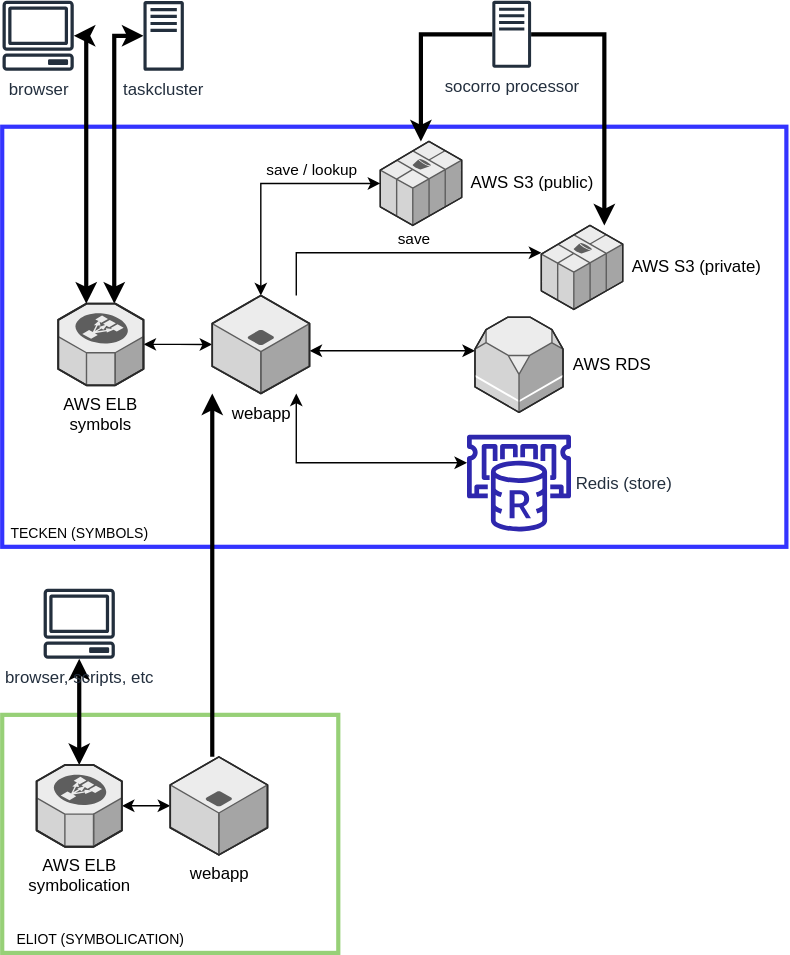
This is docs/drawio/tecken_architecture.drawio.svg from mozilla-services/tecken, a draw.io export, as it was before one commit. Source tidied: cells renumbered, new cells last; positions are measured from the earlier drawing's top-left corner, leaving out a move shared by most shapes.
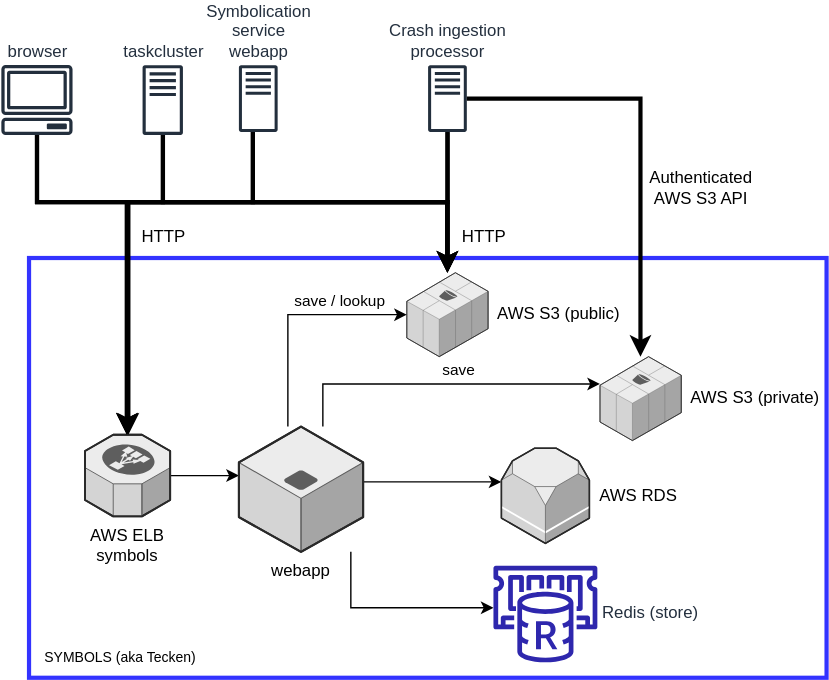
Above is the later version.

What changed in the source:
```diff
@@ -2,78 +2,81 @@
   <root>
     <mxCell id="0" />
     <mxCell id="1" parent="0" />
-    <mxCell id="2" style="rounded=0;whiteSpace=wrap;html=1;strokeColor=#97D077;strokeWidth=3;" parent="1" vertex="1">
-      <mxGeometry y="510" width="240" height="170" as="geometry" />
-    </mxCell>
-    <mxCell id="3" style="rounded=0;whiteSpace=wrap;html=1;strokeColor=#3333FF;strokeWidth=3;" parent="1" vertex="1">
-      <mxGeometry y="90" width="560" height="300" as="geometry" />
-    </mxCell>
+    <mxCell id="32" style="rounded=0;whiteSpace=wrap;html=1;strokeColor=#3333FF;strokeWidth=3;" parent="1" vertex="1">
+      <mxGeometry y="90" width="570" height="300" as="geometry" />
+    </mxCell>
-    <mxCell id="4" value="browser" style="sketch=0;outlineConnect=0;fontColor=#232F3E;gradientColor=none;fillColor=#232F3D;strokeColor=none;dashed=0;verticalLabelPosition=bottom;verticalAlign=top;align=center;html=1;fontSize=12;fontStyle=0;shape=mxgraph.aws4.client;" parent="1" vertex="1">
-      <mxGeometry y="0.1" width="51.3" height="50" as="geometry" />
+    <mxCell id="4" value="browser" style="sketch=0;outlineConnect=0;fontColor=#232F3E;gradientColor=none;fillColor=#232F3D;strokeColor=none;dashed=0;verticalLabelPosition=top;verticalAlign=bottom;align=center;html=1;fontSize=12;fontStyle=0;shape=mxgraph.aws4.client;horizontal=1;labelPosition=center;" parent="1" vertex="1">
+      <mxGeometry x="-20" y="-47.9" width="51.3" height="50" as="geometry" />
     </mxCell>
-    <mxCell id="5" style="edgeStyle=orthogonalEdgeStyle;rounded=0;jettySize=auto;html=1;fontSize=10;startArrow=classic;startFill=1;strokeWidth=3;" parent="1" edge="1" source="6" target="8">
+    <mxCell id="5" style="edgeStyle=orthogonalEdgeStyle;rounded=0;jettySize=auto;html=1;fontSize=10;startArrow=none;startFill=0;strokeWidth=3;endArrow=classic;endFill=1;" parent="1" edge="1" source="6" target="8">
       <mxGeometry relative="1" as="geometry">
         <Array as="points">
-          <mxPoint x="80" y="25" />
+          <mxPoint x="96" y="50.1" />
+          <mxPoint x="70" y="50.1" />
         </Array>
       </mxGeometry>
     </mxCell>
-    <mxCell id="6" value="taskcluster" style="sketch=0;outlineConnect=0;fontColor=#232F3E;gradientColor=none;fillColor=#232F3D;strokeColor=none;dashed=0;verticalLabelPosition=bottom;verticalAlign=top;align=center;html=1;fontSize=12;fontStyle=0;shape=mxgraph.aws4.traditional_server;" parent="1" vertex="1">
-      <mxGeometry x="100.9" y="0.1" width="28.9" height="50" as="geometry" />
+    <mxCell id="6" value="taskcluster" style="sketch=0;outlineConnect=0;fontColor=#232F3E;gradientColor=none;fillColor=#232F3D;strokeColor=none;dashed=0;verticalLabelPosition=top;verticalAlign=bottom;align=center;html=1;fontSize=12;fontStyle=0;shape=mxgraph.aws4.traditional_server;horizontal=1;labelPosition=center;" parent="1" vertex="1">
+      <mxGeometry x="81.2" y="-47.9" width="28.9" height="50" as="geometry" />
     </mxCell>
-    <mxCell id="7" style="edgeStyle=orthogonalEdgeStyle;rounded=0;jettySize=auto;html=1;startArrow=classic;startFill=1;" parent="1" edge="1" source="8" target="16">
-      <mxGeometry relative="1" as="geometry" />
-    </mxCell>
+    <mxCell id="33" style="edgeStyle=orthogonalEdgeStyle;rounded=0;jettySize=auto;html=1;startArrow=none;startFill=0;" parent="1" edge="1" source="8" target="38">
+      <mxGeometry relative="1" as="geometry">
+        <Array as="points">
+          <mxPoint x="140" y="245.1" />
+          <mxPoint x="140" y="245.1" />
+        </Array>
+      </mxGeometry>
+    </mxCell>
     <mxCell id="8" value="AWS ELB&lt;br&gt;symbols" style="verticalLabelPosition=bottom;html=1;verticalAlign=top;strokeWidth=1;align=center;outlineConnect=0;dashed=0;outlineConnect=0;shape=mxgraph.aws3d.elasticLoadBalancing;fillColor=#ECECEC;strokeColor=#5E5E5E;" parent="1" vertex="1">
       <mxGeometry x="40" y="216.3" width="60.9" height="58.3" as="geometry" />
     </mxCell>
     <mxCell id="9" value="AWS S3 (public)" style="verticalLabelPosition=middle;html=1;verticalAlign=middle;strokeWidth=1;align=left;outlineConnect=0;dashed=0;outlineConnect=0;shape=mxgraph.aws3d.s3;fillColor=#ECECEC;strokeColor=#5E5E5E;labelPosition=right;spacingRight=0;spacingLeft=5;" parent="1" vertex="1">
       <mxGeometry x="270" y="100.5" width="58.1" height="60" as="geometry" />
     </mxCell>
-    <mxCell id="10" style="edgeStyle=orthogonalEdgeStyle;rounded=0;jettySize=auto;html=1;startArrow=classic;startFill=1;" parent="1" edge="1" source="16" target="9">
-      <mxGeometry relative="1" as="geometry">
-        <Array as="points">
-          <mxPoint x="185" y="130.5" />
-        </Array>
-      </mxGeometry>
-    </mxCell>
+    <mxCell id="34" style="edgeStyle=orthogonalEdgeStyle;rounded=0;jettySize=auto;html=1;startArrow=none;startFill=0;" parent="1" edge="1" source="38" target="9">
+      <mxGeometry relative="1" as="geometry">
+        <Array as="points">
+          <mxPoint x="185" y="130.5" />
+        </Array>
+      </mxGeometry>
+    </mxCell>
-    <mxCell id="11" value="save / lookup" style="edgeLabel;html=1;align=center;verticalAlign=middle;" parent="10" vertex="1">
+    <mxCell id="11" value="save / lookup" style="edgeLabel;html=1;align=center;verticalAlign=middle;" parent="34" vertex="1">
       <mxGeometry x="0.04" y="-1" relative="1" as="geometry">
         <mxPoint x="30" y="-11" as="offset" />
       </mxGeometry>
     </mxCell>
-    <mxCell id="12" style="edgeStyle=orthogonalEdgeStyle;rounded=0;jettySize=auto;html=1;startArrow=none;startFill=0;" parent="1" edge="1" source="16" target="17">
-      <mxGeometry relative="1" as="geometry">
-        <Array as="points">
-          <mxPoint x="210" y="180" />
-        </Array>
-      </mxGeometry>
-    </mxCell>
+    <mxCell id="35" style="edgeStyle=orthogonalEdgeStyle;rounded=0;jettySize=auto;html=1;startArrow=none;startFill=0;" parent="1" edge="1" source="38" target="17">
+      <mxGeometry relative="1" as="geometry">
+        <Array as="points">
+          <mxPoint x="210" y="180" />
+        </Array>
+      </mxGeometry>
+    </mxCell>
-    <mxCell id="13" value="save" style="edgeLabel;html=1;align=center;verticalAlign=middle;" parent="12" vertex="1">
+    <mxCell id="13" value="save" style="edgeLabel;html=1;align=center;verticalAlign=middle;" parent="35" vertex="1">
       <mxGeometry x="0.11" y="2" relative="1" as="geometry">
         <mxPoint y="-8" as="offset" />
       </mxGeometry>
     </mxCell>
-    <mxCell id="14" style="edgeStyle=orthogonalEdgeStyle;rounded=0;jettySize=auto;html=1;startArrow=classic;startFill=1;" parent="1" edge="1" source="16" target="18">
-      <mxGeometry relative="1" as="geometry">
-        <Array as="points">
-          <mxPoint x="310" y="250" />
-          <mxPoint x="310" y="250" />
-        </Array>
-      </mxGeometry>
-    </mxCell>
-    <mxCell id="15" style="edgeStyle=orthogonalEdgeStyle;rounded=0;jettySize=auto;html=1;startArrow=classic;startFill=1;" parent="1" edge="1" source="16" target="19">
-      <mxGeometry relative="1" as="geometry">
-        <Array as="points">
-          <mxPoint x="210" y="330" />
-        </Array>
-      </mxGeometry>
-    </mxCell>
-    <mxCell id="16" value="webapp" style="verticalLabelPosition=bottom;html=1;verticalAlign=top;strokeWidth=1;align=center;outlineConnect=0;dashed=0;outlineConnect=0;shape=mxgraph.aws3d.application_server;fillColor=#ECECEC;strokeColor=#5E5E5E;" parent="1" vertex="1">
-      <mxGeometry x="150" y="210.5" width="69.4" height="70" as="geometry" />
-    </mxCell>
+    <mxCell id="36" style="edgeStyle=orthogonalEdgeStyle;rounded=0;jettySize=auto;html=1;startArrow=none;startFill=0;" parent="1" edge="1" source="38" target="18">
+      <mxGeometry relative="1" as="geometry">
+        <Array as="points">
+          <mxPoint x="310" y="250" />
+          <mxPoint x="310" y="250" />
+        </Array>
+      </mxGeometry>
+    </mxCell>
+    <mxCell id="37" style="edgeStyle=orthogonalEdgeStyle;rounded=0;jettySize=auto;html=1;startArrow=none;startFill=0;endArrow=classic;endFill=1;" parent="1" edge="1" source="38" target="19">
+      <mxGeometry relative="1" as="geometry">
+        <Array as="points">
+          <mxPoint x="230" y="340" />
+        </Array>
+      </mxGeometry>
+    </mxCell>
+    <mxCell id="38" value="webapp" style="verticalLabelPosition=bottom;html=1;verticalAlign=top;strokeWidth=1;align=center;outlineConnect=0;dashed=0;outlineConnect=0;shape=mxgraph.aws3d.application_server;fillColor=#ECECEC;strokeColor=#5E5E5E;" parent="1" vertex="1">
+      <mxGeometry x="150" y="210.5" width="88.8" height="89.5" as="geometry" />
+    </mxCell>
     <mxCell id="17" value="AWS S3 (private)" style="verticalLabelPosition=middle;html=1;verticalAlign=middle;strokeWidth=1;align=left;outlineConnect=0;dashed=0;outlineConnect=0;shape=mxgraph.aws3d.s3;fillColor=#ECECEC;strokeColor=#5E5E5E;labelPosition=right;spacingLeft=5;" parent="1" vertex="1">
-      <mxGeometry x="385" y="160.5" width="58.1" height="60" as="geometry" />
+      <mxGeometry x="408.1" y="160.5" width="58.1" height="60" as="geometry" />
     </mxCell>
     <mxCell id="18" value="AWS RDS" style="verticalLabelPosition=middle;html=1;verticalAlign=middle;strokeWidth=1;align=left;outlineConnect=0;dashed=0;outlineConnect=0;shape=mxgraph.aws3d.rds;fillColor=#ECECEC;strokeColor=#5E5E5E;labelPosition=right;spacingLeft=5;" parent="1" vertex="1">
       <mxGeometry x="337.6" y="226" width="62.9" height="68" as="geometry" />
@@ -81,58 +84,91 @@
     <mxCell id="19" value="Redis (store)" style="sketch=0;outlineConnect=0;fontColor=#232F3E;gradientColor=none;fillColor=#2E27AD;strokeColor=none;dashed=0;verticalLabelPosition=middle;verticalAlign=middle;align=left;html=1;fontSize=12;fontStyle=0;shape=mxgraph.aws4.elasticache_for_redis;labelPosition=right;" parent="1" vertex="1">
       <mxGeometry x="330.1" y="310" width="78" height="69" as="geometry" />
     </mxCell>
-    <mxCell id="20" style="edgeStyle=orthogonalEdgeStyle;rounded=0;jettySize=auto;html=1;startArrow=none;startFill=0;strokeWidth=3;" parent="1" edge="1" source="22" target="9">
-      <mxGeometry relative="1" as="geometry">
-        <Array as="points">
-          <mxPoint x="299" y="24" />
-        </Array>
-      </mxGeometry>
-    </mxCell>
-    <mxCell id="21" style="edgeStyle=orthogonalEdgeStyle;rounded=0;jettySize=auto;html=1;startArrow=none;startFill=0;strokeWidth=3;" parent="1" edge="1" source="22" target="17">
-      <mxGeometry relative="1" as="geometry">
-        <Array as="points">
-          <mxPoint x="430" y="24" />
-        </Array>
-      </mxGeometry>
-    </mxCell>
-    <mxCell id="22" value="socorro processor" style="sketch=0;outlineConnect=0;fontColor=#232F3E;gradientColor=none;fillColor=#232F3D;strokeColor=none;dashed=0;verticalLabelPosition=bottom;verticalAlign=top;align=center;html=1;fontSize=12;fontStyle=0;shape=mxgraph.aws4.traditional_server;" parent="1" vertex="1">
-      <mxGeometry x="350" width="27.7" height="48" as="geometry" />
-    </mxCell>
+    <mxCell id="39" style="edgeStyle=orthogonalEdgeStyle;rounded=0;jettySize=auto;html=1;startArrow=none;startFill=0;strokeWidth=3;" parent="1" edge="1" source="43" target="8">
+      <mxGeometry relative="1" as="geometry">
+        <Array as="points">
+          <mxPoint x="160" y="50.1" />
+          <mxPoint x="70" y="50.1" />
+        </Array>
+      </mxGeometry>
+    </mxCell>
+    <mxCell id="40" value="&lt;div&gt;Crash ingestion&lt;br&gt;&lt;/div&gt;&lt;div&gt;processor&lt;/div&gt;" style="sketch=0;outlineConnect=0;fontColor=#232F3E;gradientColor=none;fillColor=#232F3D;strokeColor=none;dashed=0;verticalLabelPosition=top;verticalAlign=bottom;align=center;html=1;fontSize=12;fontStyle=0;shape=mxgraph.aws4.traditional_server;horizontal=1;labelPosition=center;" parent="1" vertex="1">
+      <mxGeometry x="285.2" y="-47.9" width="27.7" height="48" as="geometry" />
+    </mxCell>
-    <mxCell id="23" style="edgeStyle=orthogonalEdgeStyle;rounded=0;jettySize=auto;html=1;startArrow=classic;startFill=1;strokeWidth=3;" parent="1" edge="1" source="4" target="8">
+    <mxCell id="23" style="edgeStyle=orthogonalEdgeStyle;rounded=0;jettySize=auto;html=1;startArrow=none;startFill=0;strokeWidth=3;" parent="1" edge="1" source="4" target="8">
       <mxGeometry relative="1" as="geometry">
         <Array as="points">
-          <mxPoint x="60" y="25" />
+          <mxPoint x="6" y="50.1" />
+          <mxPoint x="70" y="50.1" />
         </Array>
       </mxGeometry>
     </mxCell>
-    <mxCell id="24" style="edgeStyle=orthogonalEdgeStyle;rounded=0;jettySize=auto;html=1;fontSize=10;startArrow=classic;startFill=1;strokeWidth=3;" parent="1" edge="1" source="25" target="27">
-      <mxGeometry relative="1" as="geometry" />
-    </mxCell>
-    <mxCell id="25" value="browser, scripts, etc" style="sketch=0;outlineConnect=0;fontColor=#232F3E;gradientColor=none;fillColor=#232F3D;strokeColor=none;dashed=0;verticalLabelPosition=bottom;verticalAlign=top;align=center;html=1;fontSize=12;fontStyle=0;shape=mxgraph.aws4.client;" parent="1" vertex="1">
-      <mxGeometry x="29.3" y="420" width="51.3" height="50" as="geometry" />
-    </mxCell>
-    <mxCell id="26" style="edgeStyle=orthogonalEdgeStyle;rounded=0;jettySize=auto;html=1;fontSize=10;startArrow=classic;startFill=1;strokeWidth=1;" parent="1" edge="1" source="27" target="29">
-      <mxGeometry relative="1" as="geometry" />
-    </mxCell>
-    <mxCell id="27" value="AWS ELB&lt;br&gt;symbolication" style="verticalLabelPosition=bottom;html=1;verticalAlign=top;strokeWidth=1;align=center;outlineConnect=0;dashed=0;outlineConnect=0;shape=mxgraph.aws3d.elasticLoadBalancing;fillColor=#ECECEC;strokeColor=#5E5E5E;" parent="1" vertex="1">
-      <mxGeometry x="24.6" y="545.8" width="60.9" height="58.3" as="geometry" />
-    </mxCell>
-    <mxCell id="28" style="edgeStyle=orthogonalEdgeStyle;rounded=0;jettySize=auto;html=1;fontSize=10;startArrow=none;startFill=0;strokeWidth=3;" parent="1" edge="1" source="29" target="16">
-      <mxGeometry relative="1" as="geometry">
-        <Array as="points">
-          <mxPoint x="150" y="410" />
-          <mxPoint x="150" y="410" />
-        </Array>
-      </mxGeometry>
-    </mxCell>
-    <mxCell id="29" value="webapp" style="verticalLabelPosition=bottom;html=1;verticalAlign=top;strokeWidth=1;align=center;outlineConnect=0;dashed=0;outlineConnect=0;shape=mxgraph.aws3d.application_server;fillColor=#ECECEC;strokeColor=#5E5E5E;" parent="1" vertex="1">
-      <mxGeometry x="120" y="540" width="69.4" height="70" as="geometry" />
-    </mxCell>
-    <mxCell id="30" value="ELIOT (SYMBOLICATION)" style="text;html=1;align=center;verticalAlign=middle;fillColor=none;strokeColor=none;rounded=0;labelBackgroundColor=none;fontSize=10;" parent="1" vertex="1">
-      <mxGeometry y="660" width="140" height="20" as="geometry" />
-    </mxCell>
-    <mxCell id="31" value="TECKEN (SYMBOLS)" style="text;html=1;align=center;verticalAlign=middle;fillColor=none;strokeColor=none;rounded=0;labelBackgroundColor=none;fontSize=10;" parent="1" vertex="1">
-      <mxGeometry y="370" width="110" height="20" as="geometry" />
-    </mxCell>
+    <mxCell id="41" style="edgeStyle=orthogonalEdgeStyle;rounded=0;orthogonalLoop=1;jettySize=auto;html=1;fontSize=10;startArrow=classic;startFill=1;strokeWidth=1;" parent="1" edge="1">
+      <mxGeometry relative="1" as="geometry">
+        <mxPoint x="120" y="525.1" as="targetPoint" />
+      </mxGeometry>
+    </mxCell>
+    <mxCell id="42" value="SYMBOLS (aka Tecken)" style="text;html=1;align=center;verticalAlign=middle;fillColor=none;strokeColor=none;rounded=0;labelBackgroundColor=none;fontSize=10;" parent="1" vertex="1">
+      <mxGeometry y="360" width="130" height="30" as="geometry" />
+    </mxCell>
+    <mxCell id="43" value="&lt;div&gt;Symbolication&lt;br&gt;&lt;/div&gt;&lt;div&gt;service&lt;/div&gt;&lt;div&gt;webapp&lt;br&gt;&lt;/div&gt;" style="sketch=0;outlineConnect=0;fontColor=#232F3E;gradientColor=none;fillColor=#232F3D;strokeColor=none;dashed=0;verticalLabelPosition=top;verticalAlign=bottom;align=center;html=1;fontSize=12;fontStyle=0;shape=mxgraph.aws4.traditional_server;horizontal=1;labelPosition=center;" parent="1" vertex="1">
+      <mxGeometry x="150" y="-47.9" width="27.7" height="48" as="geometry" />
+    </mxCell>
+    <mxCell id="44" style="edgeStyle=orthogonalEdgeStyle;rounded=0;jettySize=auto;html=1;startArrow=none;startFill=0;strokeWidth=3;" parent="1" edge="1" source="40" target="17">
+      <mxGeometry relative="1" as="geometry">
+        <Array as="points">
+          <mxPoint x="437" y="-23.9" />
+        </Array>
+      </mxGeometry>
+    </mxCell>
+    <mxCell id="45" style="edgeStyle=orthogonalEdgeStyle;rounded=0;jettySize=auto;html=1;startArrow=none;startFill=0;strokeWidth=3;" parent="1" edge="1" source="40" target="8">
+      <mxGeometry relative="1" as="geometry">
+        <Array as="points">
+          <mxPoint x="300" y="50.1" />
+          <mxPoint x="71" y="50.1" />
+        </Array>
+      </mxGeometry>
+    </mxCell>
+    <mxCell id="46" style="edgeStyle=orthogonalEdgeStyle;rounded=0;jettySize=auto;html=1;startArrow=none;startFill=0;strokeWidth=3;" parent="1" edge="1" source="40" target="9">
+      <mxGeometry relative="1" as="geometry">
+        <Array as="points">
+          <mxPoint x="299" y="30.1" />
+          <mxPoint x="299" y="30.1" />
+        </Array>
+      </mxGeometry>
+    </mxCell>
+    <mxCell id="47" style="edgeStyle=orthogonalEdgeStyle;rounded=0;jettySize=auto;html=1;startArrow=none;startFill=0;strokeWidth=3;" parent="1" edge="1" source="43" target="9">
+      <mxGeometry relative="1" as="geometry">
+        <Array as="points">
+          <mxPoint x="160" y="50.1" />
+          <mxPoint x="299" y="50.1" />
+        </Array>
+      </mxGeometry>
+    </mxCell>
+    <mxCell id="48" style="edgeStyle=orthogonalEdgeStyle;rounded=0;jettySize=auto;html=1;startArrow=none;startFill=0;strokeWidth=3;" parent="1" edge="1" source="6" target="9">
+      <mxGeometry relative="1" as="geometry">
+        <Array as="points">
+          <mxPoint x="96" y="50.1" />
+          <mxPoint x="299" y="50.1" />
+        </Array>
+      </mxGeometry>
+    </mxCell>
+    <mxCell id="49" style="edgeStyle=orthogonalEdgeStyle;rounded=0;jettySize=auto;html=1;startArrow=none;startFill=0;strokeWidth=3;" parent="1" edge="1" source="4" target="9">
+      <mxGeometry relative="1" as="geometry">
+        <Array as="points">
+          <mxPoint x="6" y="50.1" />
+          <mxPoint x="299" y="50.1" />
+        </Array>
+      </mxGeometry>
+    </mxCell>
+    <mxCell id="50" value="&lt;div&gt;HTTP&lt;/div&gt;" style="text;html=1;align=center;verticalAlign=middle;strokeColor=none;fillColor=none;" parent="1" vertex="1">
+      <mxGeometry x="300" y="60.1" width="50" height="30" as="geometry" />
+    </mxCell>
+    <mxCell id="51" value="&lt;div&gt;HTTP&lt;/div&gt;" style="text;html=1;align=center;verticalAlign=middle;strokeColor=none;fillColor=none;" parent="1" vertex="1">
+      <mxGeometry x="70.6" y="60.1" width="50" height="30" as="geometry" />
+    </mxCell>
+    <mxCell id="52" value="&lt;div&gt;Authenticated&lt;/div&gt;&lt;div&gt;AWS S3 API&lt;/div&gt;" style="text;html=1;align=center;verticalAlign=middle;strokeColor=none;fillColor=none;" parent="1" vertex="1">
+      <mxGeometry x="430" y="20.1" width="100" height="40" as="geometry" />
+    </mxCell>
   </root>
 </mxGraphModel>
```
